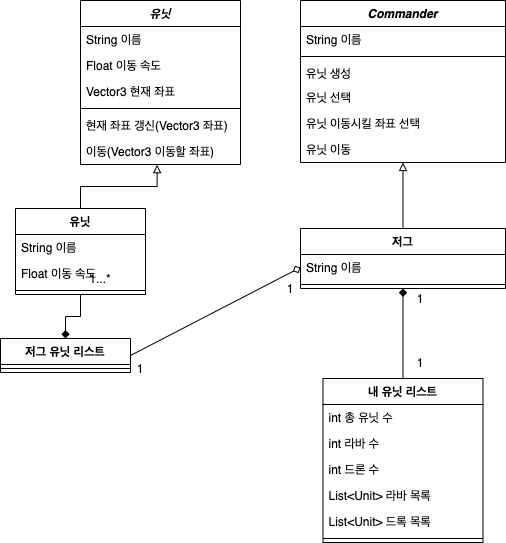
Earlier version of the draw.io export doc/resource/class_diagram03.png (hi-hyein/starCraftUnitOOP). Source tidied: cells renumbered, new cells last; positions are measured from the earlier drawing's top-left corner, leaving out a move shared by most shapes. Source of this version:
```xml
<mxGraphModel background="#ffffff">
  <root>
    <mxCell id="0" />
    <mxCell id="1" parent="0" />
    <mxCell id="2" value="Commander" style="swimlane;fontStyle=3;align=center;verticalAlign=top;horizontal=1;startSize=26;" parent="1" vertex="1">
      <mxGeometry x="300" width="205" height="162" as="geometry" />
    </mxCell>
    <mxCell id="3" value="String 이름" style="text;strokeColor=none;fillColor=none;align=left;verticalAlign=top;spacingLeft=4;spacingRight=4;overflow=hidden;" parent="2" vertex="1">
      <mxGeometry y="26" width="205" height="26" as="geometry" />
    </mxCell>
    <mxCell id="4" style="line;strokeWidth=1;fillColor=none;align=left;verticalAlign=middle;spacingTop=-1;spacingLeft=3;spacingRight=3;labelPosition=right;" parent="2" vertex="1">
      <mxGeometry y="52" width="205" height="8" as="geometry" />
    </mxCell>
    <mxCell id="5" value="유닛 생성" style="text;strokeColor=none;fillColor=none;align=left;verticalAlign=top;spacingLeft=4;spacingRight=4;overflow=hidden;" parent="2" vertex="1">
      <mxGeometry y="60" width="205" height="24" as="geometry" />
    </mxCell>
    <mxCell id="6" value="유닛 선택" style="text;strokeColor=none;fillColor=none;align=left;verticalAlign=top;spacingLeft=4;spacingRight=4;overflow=hidden;" parent="2" vertex="1">
      <mxGeometry y="84" width="205" height="26" as="geometry" />
    </mxCell>
    <mxCell id="7" value="유닛 이동시킬 좌표 선택" style="text;strokeColor=none;fillColor=none;align=left;verticalAlign=top;spacingLeft=4;spacingRight=4;overflow=hidden;" parent="2" vertex="1">
      <mxGeometry y="110" width="205" height="26" as="geometry" />
    </mxCell>
    <mxCell id="8" value="유닛 이동" style="text;strokeColor=none;fillColor=none;align=left;verticalAlign=top;spacingLeft=4;spacingRight=4;overflow=hidden;" parent="2" vertex="1">
      <mxGeometry y="136" width="205" height="26" as="geometry" />
    </mxCell>
    <mxCell id="9" style="rounded=0;jettySize=auto;html=1;endArrow=diamond;endFill=1;" parent="1" edge="1" source="10" target="35">
      <mxGeometry relative="1" as="geometry" />
    </mxCell>
    <mxCell id="10" value="내 유닛 리스트" style="swimlane;fontStyle=1;align=center;verticalAlign=top;horizontal=1;startSize=26;" parent="1" vertex="1">
      <mxGeometry x="322.5" y="378" width="160" height="164" as="geometry" />
    </mxCell>
    <mxCell id="11" value="int 총 유닛 수" style="text;strokeColor=none;fillColor=none;align=left;verticalAlign=top;spacingLeft=4;spacingRight=4;overflow=hidden;" parent="10" vertex="1">
      <mxGeometry y="26" width="160" height="26" as="geometry" />
    </mxCell>
    <mxCell id="12" value="int 라바 수" style="text;strokeColor=none;fillColor=none;align=left;verticalAlign=top;spacingLeft=4;spacingRight=4;overflow=hidden;" parent="10" vertex="1">
      <mxGeometry y="52" width="160" height="26" as="geometry" />
    </mxCell>
    <mxCell id="13" value="int 드론 수" style="text;strokeColor=none;fillColor=none;align=left;verticalAlign=top;spacingLeft=4;spacingRight=4;overflow=hidden;" parent="10" vertex="1">
      <mxGeometry y="78" width="160" height="26" as="geometry" />
    </mxCell>
    <mxCell id="14" value="List&lt;Unit&gt; 라바 목록" style="text;strokeColor=none;fillColor=none;align=left;verticalAlign=top;spacingLeft=4;spacingRight=4;overflow=hidden;" parent="10" vertex="1">
      <mxGeometry y="104" width="160" height="26" as="geometry" />
    </mxCell>
    <mxCell id="15" value="List&lt;Unit&gt; 드록 목록" style="text;strokeColor=none;fillColor=none;align=left;verticalAlign=top;spacingLeft=4;spacingRight=4;overflow=hidden;" parent="10" vertex="1">
      <mxGeometry y="130" width="160" height="26" as="geometry" />
    </mxCell>
    <mxCell id="16" style="line;strokeWidth=1;fillColor=none;align=left;verticalAlign=middle;spacingTop=-1;spacingLeft=3;spacingRight=3;labelPosition=right;" parent="10" vertex="1">
      <mxGeometry y="156" width="160" height="8" as="geometry" />
    </mxCell>
    <mxCell id="17" style="edgeStyle=none;rounded=0;jettySize=auto;html=1;entryX=0;entryY=0.5;entryDx=0;entryDy=0;endArrow=diamond;endFill=0;exitX=1;exitY=0.5;exitDx=0;exitDy=0;" parent="1" edge="1" source="18" target="36">
      <mxGeometry relative="1" as="geometry" />
    </mxCell>
    <mxCell id="18" value="저그 유닛 리스트" style="swimlane;fontStyle=1;align=center;verticalAlign=top;horizontal=1;startSize=26;" parent="1" vertex="1">
      <mxGeometry y="338" width="130" height="34" as="geometry" />
    </mxCell>
    <mxCell id="19" style="line;strokeWidth=1;fillColor=none;align=left;verticalAlign=middle;spacingTop=-1;spacingLeft=3;spacingRight=3;labelPosition=right;" parent="18" vertex="1">
      <mxGeometry y="26" width="130" height="8" as="geometry" />
    </mxCell>
    <mxCell id="20" style="edgeStyle=orthogonalEdgeStyle;rounded=0;jettySize=auto;html=1;entryX=0.479;entryY=1.009;entryDx=0;entryDy=0;entryPerimeter=0;endArrow=block;endFill=0;" parent="1" edge="1" source="22" target="32">
      <mxGeometry relative="1" as="geometry" />
    </mxCell>
    <mxCell id="21" style="edgeStyle=orthogonalEdgeStyle;rounded=0;jettySize=auto;html=1;entryX=0.5;entryY=0;entryDx=0;entryDy=0;endArrow=diamond;endFill=1;" parent="1" edge="1" source="22" target="18">
      <mxGeometry relative="1" as="geometry" />
    </mxCell>
    <mxCell id="22" value="유닛" style="swimlane;fontStyle=1;align=center;verticalAlign=top;horizontal=1;startSize=26;" parent="1" vertex="1">
      <mxGeometry x="15" y="208" width="130" height="86" as="geometry" />
    </mxCell>
    <mxCell id="23" value="String 이름" style="text;strokeColor=none;fillColor=none;align=left;verticalAlign=top;spacingLeft=4;spacingRight=4;overflow=hidden;" parent="22" vertex="1">
      <mxGeometry y="26" width="130" height="26" as="geometry" />
    </mxCell>
    <mxCell id="24" value="Float 이동 속도" style="text;strokeColor=none;fillColor=none;align=left;verticalAlign=top;spacingLeft=4;spacingRight=4;overflow=hidden;" parent="22" vertex="1">
      <mxGeometry y="52" width="130" height="26" as="geometry" />
    </mxCell>
    <mxCell id="25" style="line;strokeWidth=1;fillColor=none;align=left;verticalAlign=middle;spacingTop=-1;spacingLeft=3;spacingRight=3;labelPosition=right;" parent="22" vertex="1">
      <mxGeometry y="78" width="130" height="8" as="geometry" />
    </mxCell>
    <mxCell id="26" value="유닛" style="swimlane;fontStyle=3;align=center;verticalAlign=top;horizontal=1;startSize=26;" parent="1" vertex="1">
      <mxGeometry x="80" width="160" height="164" as="geometry" />
    </mxCell>
    <mxCell id="27" value="String 이름" style="text;strokeColor=none;fillColor=none;align=left;verticalAlign=top;spacingLeft=4;spacingRight=4;overflow=hidden;" parent="26" vertex="1">
      <mxGeometry y="26" width="160" height="26" as="geometry" />
    </mxCell>
    <mxCell id="28" value="Float 이동 속도" style="text;strokeColor=none;fillColor=none;align=left;verticalAlign=top;spacingLeft=4;spacingRight=4;overflow=hidden;" parent="26" vertex="1">
      <mxGeometry y="52" width="160" height="26" as="geometry" />
    </mxCell>
    <mxCell id="29" value="Vector3 현재 좌표" style="text;strokeColor=none;fillColor=none;align=left;verticalAlign=top;spacingLeft=4;spacingRight=4;overflow=hidden;" parent="26" vertex="1">
      <mxGeometry y="78" width="160" height="26" as="geometry" />
    </mxCell>
    <mxCell id="30" style="line;strokeWidth=1;fillColor=none;align=left;verticalAlign=middle;spacingTop=-1;spacingLeft=3;spacingRight=3;labelPosition=right;" parent="26" vertex="1">
      <mxGeometry y="104" width="160" height="8" as="geometry" />
    </mxCell>
    <mxCell id="31" value="현재 좌표 갱신(Vector3 좌표)" style="text;strokeColor=none;fillColor=none;align=left;verticalAlign=top;spacingLeft=4;spacingRight=4;overflow=hidden;" parent="26" vertex="1">
      <mxGeometry y="112" width="160" height="26" as="geometry" />
    </mxCell>
    <mxCell id="32" value="이동(Vector3 이동할 좌표)" style="text;strokeColor=none;fillColor=none;align=left;verticalAlign=top;spacingLeft=4;spacingRight=4;overflow=hidden;points=[[0,0.5],[1,0.5]];portConstraint=eastwest;" parent="26" vertex="1">
      <mxGeometry y="138" width="160" height="26" as="geometry" />
    </mxCell>
    <mxCell id="33" value="1...*" style="text;html=1;strokeColor=none;fillColor=none;align=center;verticalAlign=middle;whiteSpace=wrap;rounded=0;" parent="1" vertex="1">
      <mxGeometry x="80" y="268" width="40" height="20" as="geometry" />
    </mxCell>
    <mxCell id="34" style="rounded=0;jettySize=auto;html=1;endArrow=block;endFill=0;" parent="1" edge="1" source="35" target="2">
      <mxGeometry relative="1" as="geometry" />
    </mxCell>
    <mxCell id="35" value="저그" style="swimlane;fontStyle=1;align=center;verticalAlign=top;horizontal=1;startSize=26;" parent="1" vertex="1">
      <mxGeometry x="300" y="228" width="205" height="60" as="geometry" />
    </mxCell>
    <mxCell id="36" value="String 이름" style="text;strokeColor=none;fillColor=none;align=left;verticalAlign=top;spacingLeft=4;spacingRight=4;overflow=hidden;points=[[0,0.5],[1,0.5]];portConstraint=eastwest;" parent="35" vertex="1">
      <mxGeometry y="26" width="205" height="26" as="geometry" />
    </mxCell>
    <mxCell id="37" style="line;strokeWidth=1;fillColor=none;align=left;verticalAlign=middle;spacingTop=-1;spacingLeft=3;spacingRight=3;labelPosition=right;" parent="35" vertex="1">
      <mxGeometry y="52" width="205" height="8" as="geometry" />
    </mxCell>
    <mxCell id="38" value="1" style="text;html=1;strokeColor=none;fillColor=none;align=center;verticalAlign=middle;whiteSpace=wrap;rounded=0;" parent="1" vertex="1">
      <mxGeometry x="270" y="278" width="40" height="20" as="geometry" />
    </mxCell>
    <mxCell id="39" value="1" style="text;html=1;strokeColor=none;fillColor=none;align=center;verticalAlign=middle;whiteSpace=wrap;rounded=0;" parent="1" vertex="1">
      <mxGeometry x="120" y="358" width="40" height="20" as="geometry" />
    </mxCell>
    <mxCell id="40" value="1" style="text;html=1;strokeColor=none;fillColor=none;align=center;verticalAlign=middle;whiteSpace=wrap;rounded=0;" parent="1" vertex="1">
      <mxGeometry x="400" y="288" width="40" height="20" as="geometry" />
    </mxCell>
    <mxCell id="41" value="1" style="text;html=1;strokeColor=none;fillColor=none;align=center;verticalAlign=middle;whiteSpace=wrap;rounded=0;" parent="1" vertex="1">
      <mxGeometry x="400" y="352" width="40" height="20" as="geometry" />
    </mxCell>
  </root>
</mxGraphModel>
```
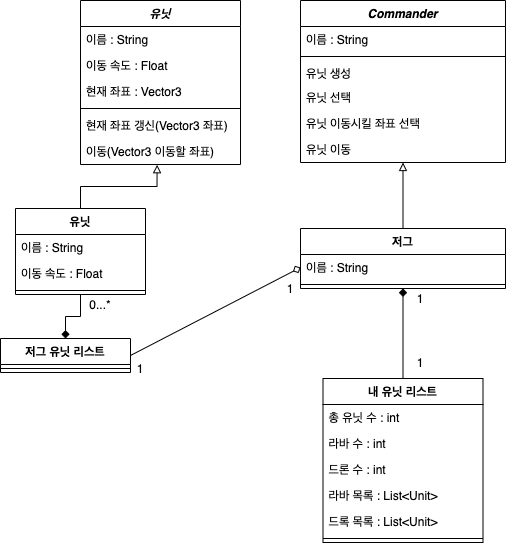
The same diagram one commit later.

Commit message:
#1 step02.md 커맨더 유닛 생성 설명 업데이트

Diff of the diagram source:
```diff
@@ -5,7 +5,7 @@
     <mxCell id="2" value="Commander" style="swimlane;fontStyle=3;align=center;verticalAlign=top;horizontal=1;startSize=26;" parent="1" vertex="1">
       <mxGeometry x="300" width="205" height="162" as="geometry" />
     </mxCell>
-    <mxCell id="3" value="String 이름" style="text;strokeColor=none;fillColor=none;align=left;verticalAlign=top;spacingLeft=4;spacingRight=4;overflow=hidden;" parent="2" vertex="1">
+    <mxCell id="3" value="이름 : String" style="text;strokeColor=none;fillColor=none;align=left;verticalAlign=top;spacingLeft=4;spacingRight=4;overflow=hidden;" parent="2" vertex="1">
       <mxGeometry y="26" width="205" height="26" as="geometry" />
     </mxCell>
     <mxCell id="4" style="line;strokeWidth=1;fillColor=none;align=left;verticalAlign=middle;spacingTop=-1;spacingLeft=3;spacingRight=3;labelPosition=right;" parent="2" vertex="1">
@@ -29,19 +29,19 @@
     <mxCell id="10" value="내 유닛 리스트" style="swimlane;fontStyle=1;align=center;verticalAlign=top;horizontal=1;startSize=26;" parent="1" vertex="1">
       <mxGeometry x="322.5" y="378" width="160" height="164" as="geometry" />
     </mxCell>
-    <mxCell id="11" value="int 총 유닛 수" style="text;strokeColor=none;fillColor=none;align=left;verticalAlign=top;spacingLeft=4;spacingRight=4;overflow=hidden;" parent="10" vertex="1">
+    <mxCell id="11" value="총 유닛 수 : int " style="text;strokeColor=none;fillColor=none;align=left;verticalAlign=top;spacingLeft=4;spacingRight=4;overflow=hidden;" parent="10" vertex="1">
       <mxGeometry y="26" width="160" height="26" as="geometry" />
     </mxCell>
-    <mxCell id="12" value="int 라바 수" style="text;strokeColor=none;fillColor=none;align=left;verticalAlign=top;spacingLeft=4;spacingRight=4;overflow=hidden;" parent="10" vertex="1">
+    <mxCell id="12" value="라바 수 : int" style="text;strokeColor=none;fillColor=none;align=left;verticalAlign=top;spacingLeft=4;spacingRight=4;overflow=hidden;" parent="10" vertex="1">
       <mxGeometry y="52" width="160" height="26" as="geometry" />
     </mxCell>
-    <mxCell id="13" value="int 드론 수" style="text;strokeColor=none;fillColor=none;align=left;verticalAlign=top;spacingLeft=4;spacingRight=4;overflow=hidden;" parent="10" vertex="1">
+    <mxCell id="13" value="드론 수 : int" style="text;strokeColor=none;fillColor=none;align=left;verticalAlign=top;spacingLeft=4;spacingRight=4;overflow=hidden;" parent="10" vertex="1">
       <mxGeometry y="78" width="160" height="26" as="geometry" />
     </mxCell>
-    <mxCell id="14" value="List&lt;Unit&gt; 라바 목록" style="text;strokeColor=none;fillColor=none;align=left;verticalAlign=top;spacingLeft=4;spacingRight=4;overflow=hidden;" parent="10" vertex="1">
+    <mxCell id="14" value="라바 목록 : List&lt;Unit&gt;" style="text;strokeColor=none;fillColor=none;align=left;verticalAlign=top;spacingLeft=4;spacingRight=4;overflow=hidden;" parent="10" vertex="1">
       <mxGeometry y="104" width="160" height="26" as="geometry" />
     </mxCell>
-    <mxCell id="15" value="List&lt;Unit&gt; 드록 목록" style="text;strokeColor=none;fillColor=none;align=left;verticalAlign=top;spacingLeft=4;spacingRight=4;overflow=hidden;" parent="10" vertex="1">
+    <mxCell id="15" value="드록 목록 : List&lt;Unit&gt;" style="text;strokeColor=none;fillColor=none;align=left;verticalAlign=top;spacingLeft=4;spacingRight=4;overflow=hidden;" parent="10" vertex="1">
       <mxGeometry y="130" width="160" height="26" as="geometry" />
     </mxCell>
     <mxCell id="16" style="line;strokeWidth=1;fillColor=none;align=left;verticalAlign=middle;spacingTop=-1;spacingLeft=3;spacingRight=3;labelPosition=right;" parent="10" vertex="1">
@@ -65,10 +65,10 @@
     <mxCell id="22" value="유닛" style="swimlane;fontStyle=1;align=center;verticalAlign=top;horizontal=1;startSize=26;" parent="1" vertex="1">
       <mxGeometry x="15" y="208" width="130" height="86" as="geometry" />
     </mxCell>
-    <mxCell id="23" value="String 이름" style="text;strokeColor=none;fillColor=none;align=left;verticalAlign=top;spacingLeft=4;spacingRight=4;overflow=hidden;" parent="22" vertex="1">
+    <mxCell id="23" value="이름 : String" style="text;strokeColor=none;fillColor=none;align=left;verticalAlign=top;spacingLeft=4;spacingRight=4;overflow=hidden;" parent="22" vertex="1">
       <mxGeometry y="26" width="130" height="26" as="geometry" />
     </mxCell>
-    <mxCell id="24" value="Float 이동 속도" style="text;strokeColor=none;fillColor=none;align=left;verticalAlign=top;spacingLeft=4;spacingRight=4;overflow=hidden;" parent="22" vertex="1">
+    <mxCell id="24" value="이동 속도 : Float" style="text;strokeColor=none;fillColor=none;align=left;verticalAlign=top;spacingLeft=4;spacingRight=4;overflow=hidden;" parent="22" vertex="1">
       <mxGeometry y="52" width="130" height="26" as="geometry" />
     </mxCell>
     <mxCell id="25" style="line;strokeWidth=1;fillColor=none;align=left;verticalAlign=middle;spacingTop=-1;spacingLeft=3;spacingRight=3;labelPosition=right;" parent="22" vertex="1">
@@ -77,13 +77,13 @@
     <mxCell id="26" value="유닛" style="swimlane;fontStyle=3;align=center;verticalAlign=top;horizontal=1;startSize=26;" parent="1" vertex="1">
       <mxGeometry x="80" width="160" height="164" as="geometry" />
     </mxCell>
-    <mxCell id="27" value="String 이름" style="text;strokeColor=none;fillColor=none;align=left;verticalAlign=top;spacingLeft=4;spacingRight=4;overflow=hidden;" parent="26" vertex="1">
+    <mxCell id="27" value="이름 : String" style="text;strokeColor=none;fillColor=none;align=left;verticalAlign=top;spacingLeft=4;spacingRight=4;overflow=hidden;" parent="26" vertex="1">
       <mxGeometry y="26" width="160" height="26" as="geometry" />
     </mxCell>
-    <mxCell id="28" value="Float 이동 속도" style="text;strokeColor=none;fillColor=none;align=left;verticalAlign=top;spacingLeft=4;spacingRight=4;overflow=hidden;" parent="26" vertex="1">
+    <mxCell id="28" value="이동 속도 : Float " style="text;strokeColor=none;fillColor=none;align=left;verticalAlign=top;spacingLeft=4;spacingRight=4;overflow=hidden;" parent="26" vertex="1">
       <mxGeometry y="52" width="160" height="26" as="geometry" />
     </mxCell>
-    <mxCell id="29" value="Vector3 현재 좌표" style="text;strokeColor=none;fillColor=none;align=left;verticalAlign=top;spacingLeft=4;spacingRight=4;overflow=hidden;" parent="26" vertex="1">
+    <mxCell id="29" value="현재 좌표 : Vector3" style="text;strokeColor=none;fillColor=none;align=left;verticalAlign=top;spacingLeft=4;spacingRight=4;overflow=hidden;" parent="26" vertex="1">
       <mxGeometry y="78" width="160" height="26" as="geometry" />
     </mxCell>
     <mxCell id="30" style="line;strokeWidth=1;fillColor=none;align=left;verticalAlign=middle;spacingTop=-1;spacingLeft=3;spacingRight=3;labelPosition=right;" parent="26" vertex="1">
@@ -95,8 +95,8 @@
     <mxCell id="32" value="이동(Vector3 이동할 좌표)" style="text;strokeColor=none;fillColor=none;align=left;verticalAlign=top;spacingLeft=4;spacingRight=4;overflow=hidden;points=[[0,0.5],[1,0.5]];portConstraint=eastwest;" parent="26" vertex="1">
       <mxGeometry y="138" width="160" height="26" as="geometry" />
     </mxCell>
-    <mxCell id="33" value="1...*" style="text;html=1;strokeColor=none;fillColor=none;align=center;verticalAlign=middle;whiteSpace=wrap;rounded=0;" parent="1" vertex="1">
-      <mxGeometry x="80" y="268" width="40" height="20" as="geometry" />
+    <mxCell id="33" value="0...*" style="text;html=1;strokeColor=none;fillColor=none;align=center;verticalAlign=middle;whiteSpace=wrap;rounded=0;" parent="1" vertex="1">
+      <mxGeometry x="80" y="294" width="40" height="20" as="geometry" />
     </mxCell>
     <mxCell id="34" style="rounded=0;jettySize=auto;html=1;endArrow=block;endFill=0;" parent="1" edge="1" source="35" target="2">
       <mxGeometry relative="1" as="geometry" />
@@ -104,7 +104,7 @@
     <mxCell id="35" value="저그" style="swimlane;fontStyle=1;align=center;verticalAlign=top;horizontal=1;startSize=26;" parent="1" vertex="1">
       <mxGeometry x="300" y="228" width="205" height="60" as="geometry" />
     </mxCell>
-    <mxCell id="36" value="String 이름" style="text;strokeColor=none;fillColor=none;align=left;verticalAlign=top;spacingLeft=4;spacingRight=4;overflow=hidden;points=[[0,0.5],[1,0.5]];portConstraint=eastwest;" parent="35" vertex="1">
+    <mxCell id="36" value="이름 : String" style="text;strokeColor=none;fillColor=none;align=left;verticalAlign=top;spacingLeft=4;spacingRight=4;overflow=hidden;points=[[0,0.5],[1,0.5]];portConstraint=eastwest;" parent="35" vertex="1">
       <mxGeometry y="26" width="205" height="26" as="geometry" />
     </mxCell>
     <mxCell id="37" style="line;strokeWidth=1;fillColor=none;align=left;verticalAlign=middle;spacingTop=-1;spacingLeft=3;spacingRight=3;labelPosition=right;" parent="35" vertex="1">
```
